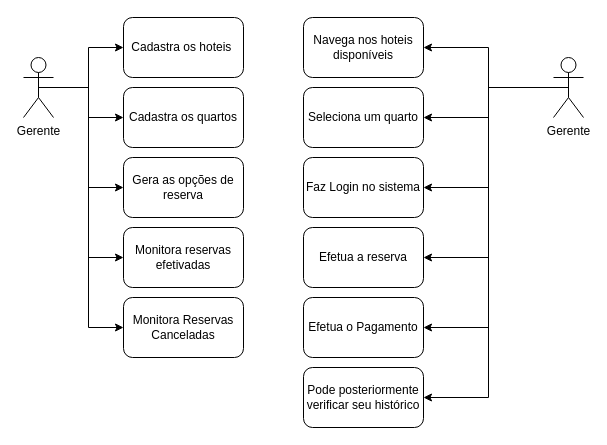
givanildojteixeira/dpdm-m7 keeps this draw.io diagram as Diagrama de casos de uso.drawio. Above is the earlier version. Source tidied: cells renumbered, new cells numbered last; positions are measured from the earlier drawing's top-left corner, leaving out a move shared by most shapes. Both pictures are drawn from the tidied source at 100%, with x=0, y=0 at pixel (23, 17).
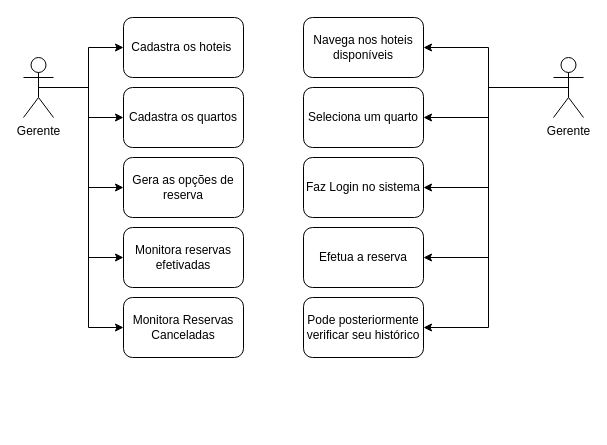
Above is the later version.

Commit message:
Remoção do fluxo de pagamento de boleto

The change refers to these unchanged cells:
```xml
<mxCell id="19" value="Gerente" style="shape=umlActor;verticalLabelPosition=bottom;verticalAlign=top;html=1;outlineConnect=0;" parent="1" vertex="1">
  <mxGeometry x="530" y="40" width="30" height="60" as="geometry" />
</mxCell>
```

What changed in the source:
```diff
@@
-    <mxCell id="17" style="edgeStyle=orthogonalEdgeStyle;rounded=0;jettySize=auto;html=1;exitX=0.5;exitY=0.5;exitDx=0;exitDy=0;exitPerimeter=0;entryX=1;entryY=0.5;entryDx=0;entryDy=0;" parent="1" edge="1" source="19" target="24">
-      <mxGeometry relative="1" as="geometry" />
-    </mxCell>
@@
-    <mxCell id="24" value="Efetua o Pagamento" style="rounded=1;whiteSpace=wrap;html=1;" parent="1" vertex="1">
-      <mxGeometry x="280" y="280" width="120" height="60" as="geometry" />
-    </mxCell>
     <mxCell id="25" value="Pode posteriormente verificar seu histórico" style="rounded=1;whiteSpace=wrap;html=1;" parent="1" vertex="1">
-      <mxGeometry x="280" y="350" width="120" height="60" as="geometry" />
+      <mxGeometry x="280" y="280" width="120" height="60" as="geometry" />
     </mxCell>
```
